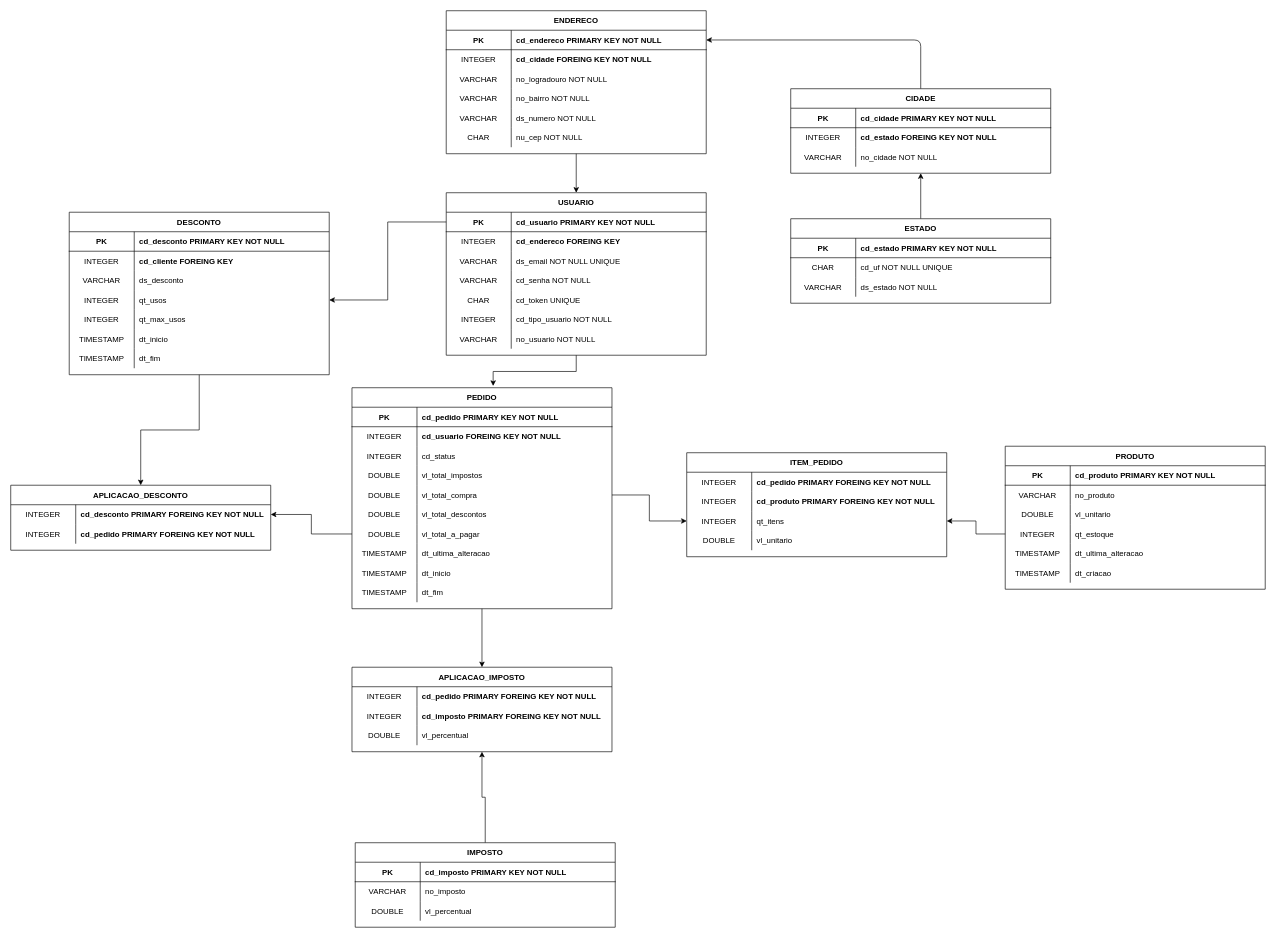
UFESDelivery/api_python keeps this draw.io diagram as modeling/modeling.drawio. Above is the earlier version. Source tidied: cells renumbered, new cells numbered last; positions are measured from the earlier drawing's top-left corner, leaving out a move shared by most shapes. Both pictures are drawn from the tidied source at 65%, with x=0, y=0 at pixel (10, 10).
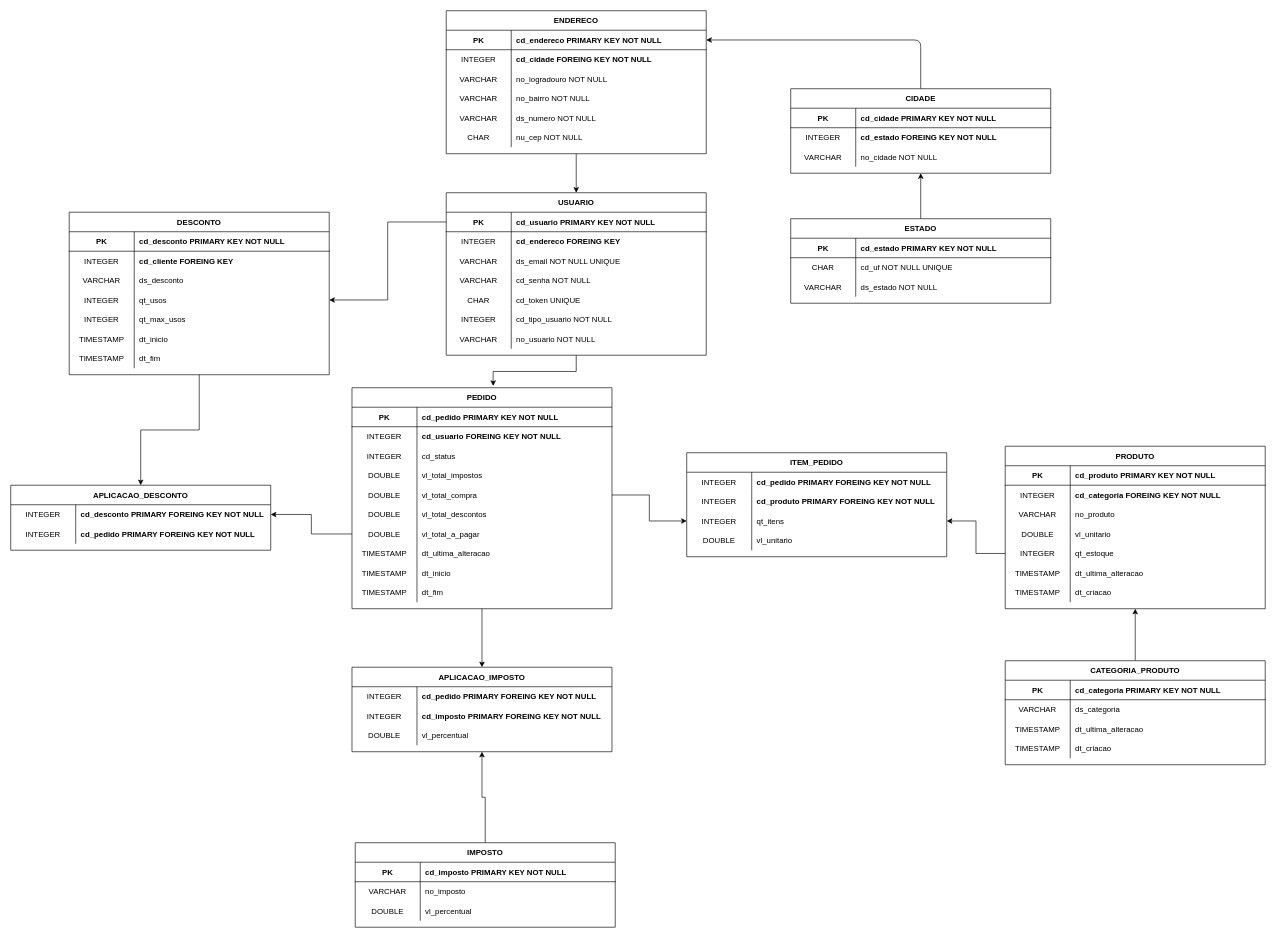
After the change.

Commit message:
adicionando a categoria do produto

Unchanged cells that the change refers to:
```xml
<mxCell id="74" style="shape=partialRectangle;fillColor=none;top=0;left=0;right=0;bottom=0;" parent="70" vertex="1">
  <mxGeometry y="60" width="400" height="30" as="geometry" />
</mxCell>
```

Change to the diagram source:
```diff
@@
     <mxCell id="70" value="PRODUTO" style="shape=table;startSize=30;childLayout=tableLayout;rowLines=0;fontStyle=1;align=center;" parent="1" vertex="1">
-      <mxGeometry x="1530" y="670" width="400" height="220" as="geometry" />
+      <mxGeometry x="1530" y="670" width="400" height="250" as="geometry" />
     </mxCell>
@@
-    <mxCell id="75" value="VARCHAR" style="shape=partialRectangle;overflow=hidden;fillColor=none;top=0;left=0;bottom=0;right=0;" parent="74" vertex="1">
+    <mxCell id="75" value="INTEGER" style="shape=partialRectangle;overflow=hidden;fillColor=none;top=0;left=0;bottom=0;right=0;" parent="74" vertex="1">
       <mxGeometry width="100" height="30" as="geometry" />
     </mxCell>
-    <mxCell id="76" value="no_produto" style="shape=partialRectangle;overflow=hidden;fillColor=none;top=0;left=0;bottom=0;right=0;align=left;spacingLeft=6;" parent="74" vertex="1">
+    <mxCell id="76" value="cd_categoria FOREING KEY NOT NULL" style="shape=partialRectangle;overflow=hidden;fillColor=none;top=0;left=0;bottom=0;right=0;align=left;spacingLeft=6;fontStyle=1;" parent="74" vertex="1">
       <mxGeometry x="100" width="300" height="30" as="geometry" />
     </mxCell>
+    <mxCell id="186" style="shape=partialRectangle;fillColor=none;top=0;left=0;right=0;bottom=0;" parent="70" vertex="1">
+      <mxGeometry y="90" width="400" height="30" as="geometry" />
+    </mxCell>
+    <mxCell id="187" value="VARCHAR" style="shape=partialRectangle;overflow=hidden;fillColor=none;top=0;left=0;bottom=0;right=0;" parent="186" vertex="1">
+      <mxGeometry width="100" height="30" as="geometry" />
+    </mxCell>
+    <mxCell id="188" value="no_produto" style="shape=partialRectangle;overflow=hidden;fillColor=none;top=0;left=0;bottom=0;right=0;align=left;spacingLeft=6;" parent="186" vertex="1">
+      <mxGeometry x="100" width="300" height="30" as="geometry" />
+    </mxCell>
     <mxCell id="77" style="shape=partialRectangle;fillColor=none;top=0;left=0;right=0;bottom=0;" parent="70" vertex="1">
-      <mxGeometry y="90" width="400" height="30" as="geometry" />
+      <mxGeometry y="120" width="400" height="30" as="geometry" />
     </mxCell>
@@
     <mxCell id="80" style="shape=partialRectangle;fillColor=none;points=[[0,0.5],[1,0.5]];portConstraint=eastwest;top=0;left=0;right=0;bottom=0;" parent="70" vertex="1">
-      <mxGeometry y="120" width="400" height="30" as="geometry" />
+      <mxGeometry y="150" width="400" height="30" as="geometry" />
     </mxCell>
@@
     <mxCell id="83" style="shape=partialRectangle;fillColor=none;top=0;left=0;right=0;bottom=0;" parent="70" vertex="1">
-      <mxGeometry y="150" width="400" height="30" as="geometry" />
+      <mxGeometry y="180" width="400" height="30" as="geometry" />
     </mxCell>
@@
     <mxCell id="86" style="shape=partialRectangle;fillColor=none;top=0;left=0;right=0;bottom=0;" parent="70" vertex="1">
-      <mxGeometry y="180" width="400" height="30" as="geometry" />
+      <mxGeometry y="210" width="400" height="30" as="geometry" />
     </mxCell>
@@
+    <mxCell id="189" style="edgeStyle=none;html=1;entryX=0.5;entryY=1;entryDx=0;entryDy=0;" parent="1" edge="1" source="190" target="70">
+      <mxGeometry relative="1" as="geometry" />
+    </mxCell>
+    <mxCell id="190" value="CATEGORIA_PRODUTO" style="shape=table;startSize=30;childLayout=tableLayout;rowLines=0;fontStyle=1;align=center;" parent="1" vertex="1">
+      <mxGeometry x="1530" y="1000" width="400" height="160" as="geometry" />
+    </mxCell>
+    <mxCell id="191" style="shape=partialRectangle;fillColor=none;top=0;left=0;right=0;bottom=1;" parent="190" vertex="1">
+      <mxGeometry y="30" width="400" height="30" as="geometry" />
+    </mxCell>
+    <mxCell id="192" value="PK" style="shape=partialRectangle;overflow=hidden;fillColor=none;top=0;left=0;bottom=0;right=0;fontStyle=1;" parent="191" vertex="1">
+      <mxGeometry width="100" height="30" as="geometry" />
+    </mxCell>
+    <mxCell id="193" value="cd_categoria PRIMARY KEY NOT NULL" style="shape=partialRectangle;overflow=hidden;fillColor=none;top=0;left=0;bottom=0;right=0;align=left;spacingLeft=6;fontStyle=1;" parent="191" vertex="1">
+      <mxGeometry x="100" width="300" height="30" as="geometry" />
+    </mxCell>
+    <mxCell id="194" style="shape=partialRectangle;fillColor=none;top=0;left=0;right=0;bottom=0;" parent="190" vertex="1">
+      <mxGeometry y="60" width="400" height="30" as="geometry" />
+    </mxCell>
+    <mxCell id="195" value="VARCHAR" style="shape=partialRectangle;overflow=hidden;fillColor=none;top=0;left=0;bottom=0;right=0;" parent="194" vertex="1">
+      <mxGeometry width="100" height="30" as="geometry" />
+    </mxCell>
+    <mxCell id="196" value="ds_categoria" style="shape=partialRectangle;overflow=hidden;fillColor=none;top=0;left=0;bottom=0;right=0;align=left;spacingLeft=6;" parent="194" vertex="1">
+      <mxGeometry x="100" width="300" height="30" as="geometry" />
+    </mxCell>
+    <mxCell id="197" style="shape=partialRectangle;fillColor=none;top=0;left=0;right=0;bottom=0;" parent="190" vertex="1">
+      <mxGeometry y="90" width="400" height="30" as="geometry" />
+    </mxCell>
+    <mxCell id="198" value="TIMESTAMP" style="shape=partialRectangle;overflow=hidden;fillColor=none;top=0;left=0;bottom=0;right=0;" parent="197" vertex="1">
+      <mxGeometry width="100" height="30" as="geometry" />
+    </mxCell>
+    <mxCell id="199" value="dt_ultima_alteracao" style="shape=partialRectangle;overflow=hidden;fillColor=none;top=0;left=0;bottom=0;right=0;align=left;spacingLeft=6;" parent="197" vertex="1">
+      <mxGeometry x="100" width="300" height="30" as="geometry" />
+    </mxCell>
+    <mxCell id="200" style="shape=partialRectangle;fillColor=none;top=0;left=0;right=0;bottom=0;" parent="190" vertex="1">
+      <mxGeometry y="120" width="400" height="30" as="geometry" />
+    </mxCell>
+    <mxCell id="201" value="TIMESTAMP" style="shape=partialRectangle;overflow=hidden;fillColor=none;top=0;left=0;bottom=0;right=0;" parent="200" vertex="1">
+      <mxGeometry width="100" height="30" as="geometry" />
+    </mxCell>
+    <mxCell id="202" value="dt_criacao" style="shape=partialRectangle;overflow=hidden;fillColor=none;top=0;left=0;bottom=0;right=0;align=left;spacingLeft=6;" parent="200" vertex="1">
+      <mxGeometry x="100" width="300" height="30" as="geometry" />
+    </mxCell>
```
